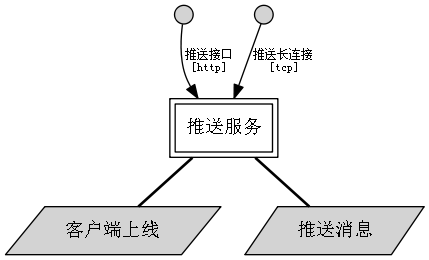
xphh/garch keeps this Graphviz diagram as output/cloud/pushserver.gv.png. Above is the earlier version. Its source is kept beside it as output/cloud/pushserver.gv.
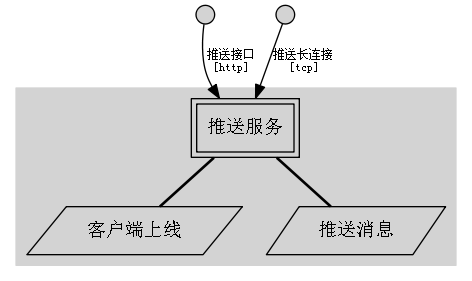
The same file after the commit.

Diff of the diagram source:
```diff
@@ -3,13 +3,18 @@
 node[fontname="simsun"];
 graph[fontname="simsun"];
 label = "";
+module_node_0[shape=circle, width=.2, style=filled, label=""];
+module_node_0->pushserver_node_0[fontsize=9, label="推送接口\n[http]"];
+module_node_1[shape=circle, width=.2, style=filled, label=""];
+module_node_1->pushserver_node_0[fontsize=9, label="推送长连接\n[tcp]"];
+subgraph cluster_module_node_2 {
+style = filled;
+color = lightgrey;
+label = "";
 pushserver_node_0[shape=box, peripheries=2, label="推送服务"];
-pushserver_node_1[shape=circle, width=.2, style=filled, label=""];
-pushserver_node_1->pushserver_node_0[fontsize=9, label="推送接口\n[http]"];
-pushserver_node_2[shape=circle, width=.2, style=filled, label=""];
-pushserver_node_2->pushserver_node_0[fontsize=9, label="推送长连接\n[tcp]"];
-pushserver_node_3[shape=polygon, skew=.5, style=filled, label="客户端上线"];
-pushserver_node_0->pushserver_node_3[style=bold, arrowhead=none];
-pushserver_node_4[shape=polygon, skew=.5, style=filled, label="推送消息"];
-pushserver_node_0->pushserver_node_4[style=bold, arrowhead=none];
+pushserver_node_1[shape=polygon, skew=.5, label="客户端上线"];
+pushserver_node_0->pushserver_node_1[style=bold, arrowhead=none];
+pushserver_node_2[shape=polygon, skew=.5, label="推送消息"];
+pushserver_node_0->pushserver_node_2[style=bold, arrowhead=none];
 }
+}
```
